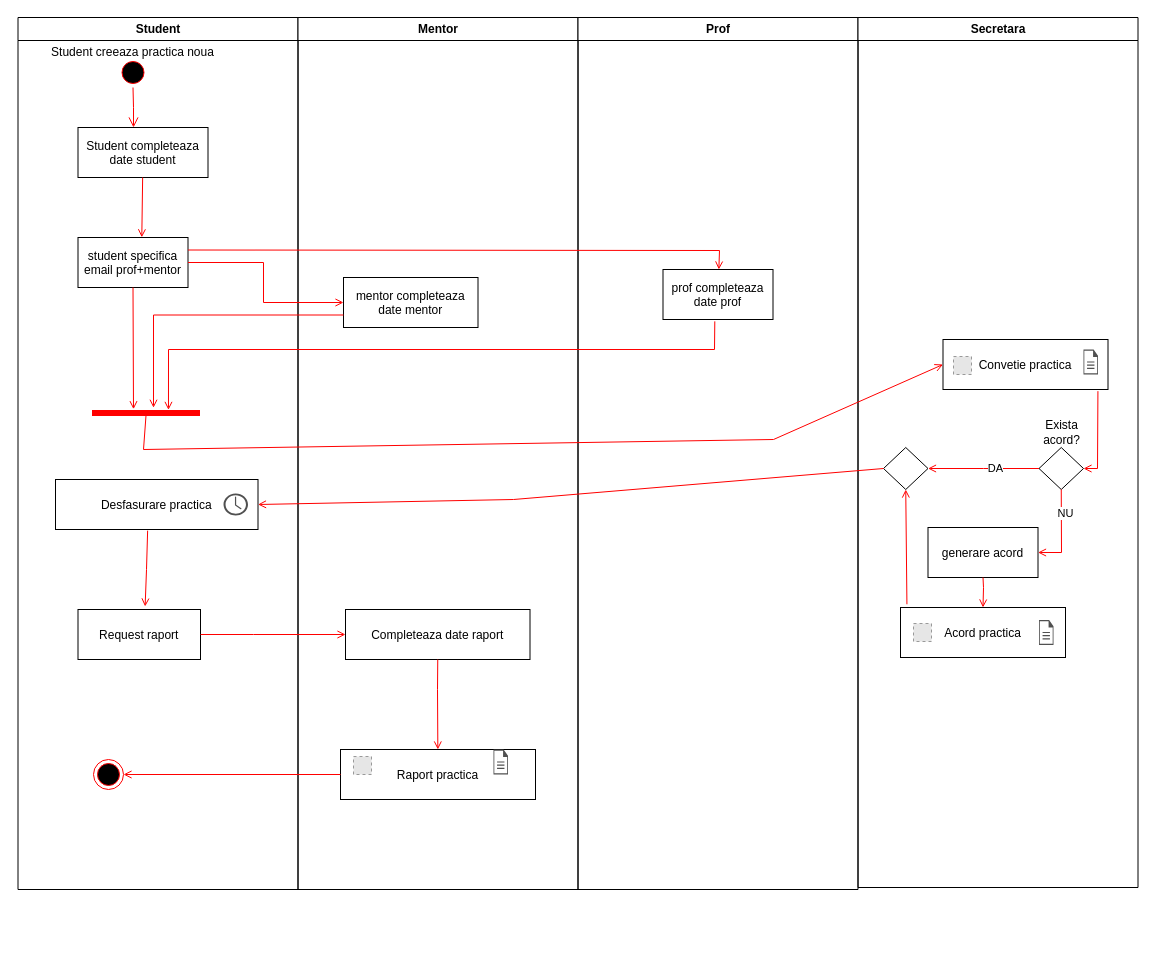
Earlier version of the draw.io diagram document_meta/document_flow.drawio (Tuddy18/PraxisReport-DocumentManagement). Source tidied: cells renumbered, new cells numbered last; positions are measured from the earlier drawing's top-left corner, leaving out a move shared by most shapes. Both pictures are drawn from the tidied source at 100%, with x=0, y=0 at pixel (17, 17). Pictures stored in the file or linked from it are replaced by grey dashed boxes.
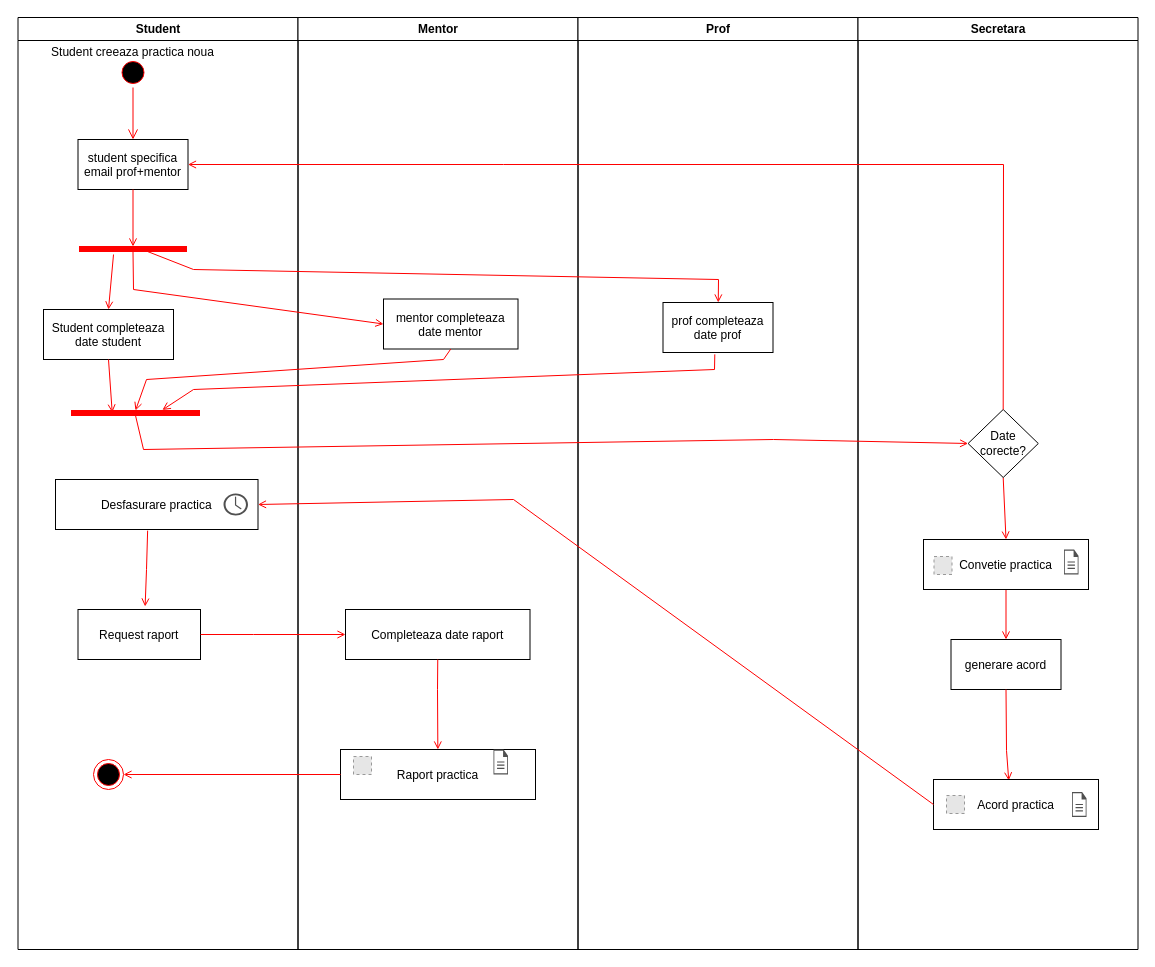
After the change.

Unchanged cells that the change refers to:
```xml
<mxCell id="3" value="Student creeaza practica noua&#10;&#10;&#10;" style="ellipse;shape=startState;fillColor=#000000;strokeColor=#ff0000;" parent="2" vertex="1">
  <mxGeometry x="100" y="40" width="30" height="30" as="geometry" />
</mxCell>
<mxCell id="10" value="Desfasurare practica" parent="2" vertex="1">
  <mxGeometry x="37.5" y="462" width="202.5" height="50" as="geometry" />
</mxCell>
<mxCell id="32" value="Convetie practica" parent="31" vertex="1">
  <mxGeometry width="165" height="50" as="geometry" />
</mxCell>
<mxCell id="40" value="Acord practica" parent="39" vertex="1">
  <mxGeometry width="165" height="50" as="geometry" />
</mxCell>
```

Change to the diagram source:
```diff
@@
     <mxCell id="2" value="Student" style="swimlane;whiteSpace=wrap;" parent="1" vertex="1">
-      <mxGeometry x="0.5" width="280" height="872" as="geometry" />
+      <mxGeometry x="0.5" width="280" height="932" as="geometry" />
     </mxCell>
@@
-    <mxCell id="4" style="edgeStyle=elbowEdgeStyle;elbow=horizontal;verticalAlign=bottom;endArrow=open;endSize=8;strokeColor=#FF0000;endFill=1;rounded=0;" parent="2" edge="1" source="3" target="5">
-      <mxGeometry x="100" y="40" as="geometry" />
+    <mxCell id="4" style="edgeStyle=elbowEdgeStyle;elbow=horizontal;verticalAlign=bottom;endArrow=open;endSize=8;strokeColor=#FF0000;endFill=1;rounded=0;exitX=0.5;exitY=1;exitDx=0;exitDy=0;entryX=0.5;entryY=0;entryDx=0;entryDy=0;" parent="2" edge="1" source="3" target="6">
+      <mxGeometry x="100" y="40" as="geometry">
+        <Array as="points">
+          <mxPoint x="115" y="122" />
+        </Array>
+      </mxGeometry>
     </mxCell>
     <mxCell id="5" value="Student completeaza&#10;date student" parent="2" vertex="1">
-      <mxGeometry x="60" y="110" width="130" height="50" as="geometry" />
+      <mxGeometry x="25.5" y="292" width="130" height="50" as="geometry" />
     </mxCell>
     <mxCell id="6" value="student specifica &#10;email prof+mentor" parent="2" vertex="1">
-      <mxGeometry x="60" y="220" width="110" height="50" as="geometry" />
+      <mxGeometry x="60" y="122" width="110" height="50" as="geometry" />
     </mxCell>
-    <mxCell id="7" style="endArrow=open;strokeColor=#FF0000;endFill=1;rounded=0;entryX=0.58;entryY=-0.003;entryDx=0;entryDy=0;entryPerimeter=0;" parent="2" edge="1" source="5" target="6">
-      <mxGeometry relative="1" as="geometry" />
-    </mxCell>
     <mxCell id="8" style="whiteSpace=wrap;strokeColor=#FF0000;fillColor=#FF0000;rotation=90;" parent="2" vertex="1">
-      <mxGeometry x="125.5" y="342" width="5" height="107" as="geometry" />
+      <mxGeometry x="115" y="331.5" width="5" height="128" as="geometry" />
     </mxCell>
-    <mxCell id="9" style="edgeStyle=elbowEdgeStyle;elbow=horizontal;strokeColor=#FF0000;endArrow=open;endFill=1;rounded=0;exitX=0.5;exitY=1;exitDx=0;exitDy=0;entryX=-0.257;entryY=0.62;entryDx=0;entryDy=0;entryPerimeter=0;" parent="2" edge="1" source="6" target="8">
-      <mxGeometry relative="1" as="geometry">
-        <Array as="points">
-          <mxPoint x="115.5" y="322" />
-          <mxPoint x="128.5" y="342" />
-          <mxPoint x="115.5" y="312" />
-          <mxPoint x="485" y="410" />
-        </Array>
-      </mxGeometry>
-    </mxCell>
@@
+    <mxCell id="51" style="whiteSpace=wrap;strokeColor=#FF0000;fillColor=#FF0000;rotation=90;" parent="2" vertex="1">
+      <mxGeometry x="112.5" y="178" width="5" height="107" as="geometry" />
+    </mxCell>
+    <mxCell id="52" style="endArrow=open;strokeColor=#FF0000;endFill=1;rounded=0;exitX=0.5;exitY=1;exitDx=0;exitDy=0;entryX=0;entryY=0.5;entryDx=0;entryDy=0;" parent="2" edge="1" source="6" target="51">
+      <mxGeometry relative="1" as="geometry" />
+    </mxCell>
+    <mxCell id="53" style="endArrow=open;strokeColor=#FF0000;endFill=1;rounded=0;entryX=0.5;entryY=0;entryDx=0;entryDy=0;exitX=1.6;exitY=0.682;exitDx=0;exitDy=0;exitPerimeter=0;" parent="2" edge="1" source="51" target="5">
+      <mxGeometry relative="1" as="geometry" />
+    </mxCell>
+    <mxCell id="54" style="endArrow=open;strokeColor=#FF0000;endFill=1;rounded=0;exitX=0.5;exitY=1;exitDx=0;exitDy=0;entryX=0.4;entryY=0.682;entryDx=0;entryDy=0;entryPerimeter=0;" parent="2" edge="1" source="5" target="8">
+      <mxGeometry relative="1" as="geometry" />
+    </mxCell>
     <mxCell id="15" value="Mentor" style="swimlane;whiteSpace=wrap;" parent="1" vertex="1">
-      <mxGeometry x="280.5" width="280" height="872" as="geometry" />
+      <mxGeometry x="280.5" width="280" height="932" as="geometry" />
     </mxCell>
     <mxCell id="16" value="mentor completeaza&#10;date mentor" parent="15" vertex="1">
-      <mxGeometry x="45.5" y="260" width="134.5" height="50" as="geometry" />
+      <mxGeometry x="85.5" y="281.5" width="134.5" height="50" as="geometry" />
     </mxCell>
@@
     <mxCell id="22" value="Prof" style="swimlane;whiteSpace=wrap;" parent="1" vertex="1">
-      <mxGeometry x="560.5" width="280" height="872" as="geometry" />
+      <mxGeometry x="560.5" width="280" height="932" as="geometry" />
     </mxCell>
     <mxCell id="23" value="prof completeaza&#10;date prof" parent="22" vertex="1">
-      <mxGeometry x="85" y="252" width="110" height="50" as="geometry" />
+      <mxGeometry x="85" y="285" width="110" height="50" as="geometry" />
     </mxCell>
     <mxCell id="24" value="Secretara" style="swimlane;whiteSpace=wrap;" parent="1" vertex="1">
-      <mxGeometry x="840.5" width="280" height="870" as="geometry" />
+      <mxGeometry x="840.5" width="280" height="932" as="geometry" />
     </mxCell>
-    <mxCell id="25" value="Exista acord?&lt;br&gt;&lt;br&gt;&lt;br&gt;&lt;br&gt;&lt;br&gt;&lt;br&gt;" style="rhombus;whiteSpace=wrap;html=1;" parent="24" vertex="1">
-      <mxGeometry x="181" y="430" width="44.5" height="42" as="geometry" />
-    </mxCell>
+    <mxCell id="27" value="generare acord" parent="24" vertex="1">
+      <mxGeometry x="93" y="622" width="110" height="50" as="geometry" />
+    </mxCell>
-    <mxCell id="26" style="endArrow=open;strokeColor=#FF0000;endFill=1;rounded=0;entryX=1;entryY=0.5;entryDx=0;entryDy=0;exitX=0.939;exitY=1.033;exitDx=0;exitDy=0;exitPerimeter=0;" parent="24" edge="1" source="32" target="25">
-      <mxGeometry relative="1" as="geometry">
-        <Array as="points">
-          <mxPoint x="239.5" y="451" />
-        </Array>
-      </mxGeometry>
+    <mxCell id="26" style="endArrow=open;strokeColor=#FF0000;endFill=1;rounded=0;entryX=0.5;entryY=0;entryDx=0;entryDy=0;exitX=0.5;exitY=1;exitDx=0;exitDy=0;" parent="24" edge="1" source="32" target="27">
+      <mxGeometry relative="1" as="geometry" />
     </mxCell>
-    <mxCell id="27" value="generare acord" parent="24" vertex="1">
-      <mxGeometry x="70" y="510" width="110" height="50" as="geometry" />
-    </mxCell>
-    <mxCell id="28" style="rhombus;whiteSpace=wrap;html=1;" parent="24" vertex="1">
-      <mxGeometry x="25.5" y="430" width="44.5" height="42" as="geometry" />
-    </mxCell>
-    <mxCell id="29" style="endArrow=open;strokeColor=#FF0000;endFill=1;rounded=0;entryX=1;entryY=0.5;entryDx=0;entryDy=0;exitX=0.5;exitY=1;exitDx=0;exitDy=0;" parent="24" edge="1" source="25" target="27">
-      <mxGeometry relative="1" as="geometry">
-        <Array as="points">
-          <mxPoint x="203.5" y="535" />
-        </Array>
-      </mxGeometry>
-    </mxCell>
-    <mxCell id="30" value="NU" style="edgeLabel;html=1;align=center;verticalAlign=middle;" parent="29" vertex="1">
-      <mxGeometry x="-0.45" y="4" relative="1" as="geometry" />
-    </mxCell>
     <mxCell id="31" style="group;" parent="24" vertex="1">
-      <mxGeometry x="85" y="322" width="165" height="50" as="geometry" />
+      <mxGeometry x="65.5" y="522" width="165" height="50" as="geometry" />
     </mxCell>
@@
+    <mxCell id="55" style="endArrow=open;strokeColor=#FF0000;endFill=1;rounded=0;entryX=0.5;entryY=0;entryDx=0;entryDy=0;exitX=0.5;exitY=1;exitDx=0;exitDy=0;" parent="24" edge="1" source="56" target="32">
+      <mxGeometry relative="1" as="geometry" />
+    </mxCell>
+    <mxCell id="56" value="Date corecte?" style="rhombus;whiteSpace=wrap;html=1;" parent="24" vertex="1">
+      <mxGeometry x="110.1" y="392" width="70.2" height="68" as="geometry" />
+    </mxCell>
-    <mxCell id="35" style="endArrow=open;strokeColor=#FF0000;endFill=1;rounded=0;entryX=0.5;entryY=0;entryDx=0;entryDy=0;exitX=0.5;exitY=1;exitDx=0;exitDy=0;" parent="24" edge="1" source="27" target="40">
+    <mxCell id="35" style="endArrow=open;strokeColor=#FF0000;endFill=1;rounded=0;entryX=0.456;entryY=0.02;entryDx=0;entryDy=0;exitX=0.5;exitY=1;exitDx=0;exitDy=0;entryPerimeter=0;" parent="24" edge="1" source="27" target="40">
       <mxGeometry relative="1" as="geometry">
         <Array as="points">
-          <mxPoint x="125.5" y="570" />
+          <mxPoint x="148.5" y="733" />
         </Array>
       </mxGeometry>
     </mxCell>
-    <mxCell id="36" style="endArrow=open;strokeColor=#FF0000;endFill=1;rounded=0;entryX=0.5;entryY=1;entryDx=0;entryDy=0;exitX=0.039;exitY=-0.065;exitDx=0;exitDy=0;exitPerimeter=0;" parent="24" edge="1" source="40" target="28">
-      <mxGeometry relative="1" as="geometry" />
-    </mxCell>
-    <mxCell id="37" style="endArrow=open;strokeColor=#FF0000;endFill=1;rounded=0;entryX=1;entryY=0.5;entryDx=0;entryDy=0;exitX=0;exitY=0.5;exitDx=0;exitDy=0;" parent="24" edge="1" source="25" target="28">
-      <mxGeometry relative="1" as="geometry">
-        <Array as="points">
-          <mxPoint x="125.5" y="451" />
-        </Array>
-      </mxGeometry>
-    </mxCell>
-    <mxCell id="38" value="DA" style="edgeLabel;html=1;align=center;verticalAlign=middle;" parent="37" vertex="1">
-      <mxGeometry x="-0.21" y="-1" relative="1" as="geometry" />
-    </mxCell>
     <mxCell id="39" style="group;" parent="24" vertex="1">
-      <mxGeometry x="42.5" y="590" width="165" height="50" as="geometry" />
+      <mxGeometry x="75.5" y="762" width="165" height="50" as="geometry" />
     </mxCell>
@@
-    <mxCell id="43" style="endArrow=open;strokeColor=#FF0000;endFill=1;rounded=0;entryX=0;entryY=0.5;entryDx=0;entryDy=0;" parent="1" edge="1" source="6" target="16">
-      <mxGeometry relative="1" as="geometry">
-        <Array as="points">
-          <mxPoint x="246" y="245" />
-          <mxPoint x="246" y="285" />
-        </Array>
-      </mxGeometry>
-    </mxCell>
-    <mxCell id="44" style="edgeStyle=none;strokeColor=#FF0000;endArrow=open;endFill=1;rounded=0;exitX=1;exitY=0.25;exitDx=0;exitDy=0;" parent="1" edge="1" source="6" target="23">
+    <mxCell id="44" style="edgeStyle=none;strokeColor=#FF0000;endArrow=open;endFill=1;rounded=0;exitX=0.8;exitY=0.388;exitDx=0;exitDy=0;exitPerimeter=0;" parent="1" edge="1" source="51" target="23">
       <mxGeometry relative="1" as="geometry">
         <Array as="points">
-          <mxPoint x="702" y="233" />
+          <mxPoint x="176" y="252" />
+          <mxPoint x="701" y="262" />
         </Array>
       </mxGeometry>
     </mxCell>
-    <mxCell id="45" style="edgeStyle=elbowEdgeStyle;elbow=horizontal;strokeColor=#FF0000;endArrow=open;endFill=1;rounded=0;exitX=0;exitY=0.75;exitDx=0;exitDy=0;entryX=-0.543;entryY=0.437;entryDx=0;entryDy=0;entryPerimeter=0;" parent="1" edge="1" source="16" target="8">
-      <mxGeometry relative="1" as="geometry">
-        <Array as="points">
-          <mxPoint x="136" y="332" />
-          <mxPoint x="126" y="332" />
-          <mxPoint x="139" y="352" />
-          <mxPoint x="126" y="322" />
-          <mxPoint x="495.5" y="420" />
-        </Array>
-      </mxGeometry>
-    </mxCell>
     <mxCell id="46" style="endArrow=open;strokeColor=#FF0000;endFill=1;rounded=0;entryX=-0.114;entryY=0.29;entryDx=0;entryDy=0;exitX=0.471;exitY=1.037;exitDx=0;exitDy=0;exitPerimeter=0;entryPerimeter=0;" parent="1" edge="1" source="23" target="8">
       <mxGeometry relative="1" as="geometry">
         <Array as="points">
-          <mxPoint x="697" y="332" />
-          <mxPoint x="151" y="332" />
+          <mxPoint x="697" y="352" />
+          <mxPoint x="176" y="372" />
         </Array>
       </mxGeometry>
     </mxCell>
-    <mxCell id="47" style="endArrow=open;strokeColor=#FF0000;endFill=1;rounded=0;entryX=0;entryY=0.5;entryDx=0;entryDy=0;exitX=1;exitY=0.5;exitDx=0;exitDy=0;" parent="1" edge="1" source="8" target="32">
+    <mxCell id="47" style="endArrow=open;strokeColor=#FF0000;endFill=1;rounded=0;entryX=0;entryY=0.5;entryDx=0;entryDy=0;exitX=1;exitY=0.5;exitDx=0;exitDy=0;" parent="1" edge="1" source="8" target="56">
       <mxGeometry relative="1" as="geometry">
         <Array as="points">
           <mxPoint x="126" y="432" />
           <mxPoint x="756" y="422" />
         </Array>
       </mxGeometry>
     </mxCell>
-    <mxCell id="48" style="endArrow=open;strokeColor=#FF0000;endFill=1;rounded=0;exitX=0;exitY=0.5;exitDx=0;exitDy=0;entryX=1;entryY=0.5;entryDx=0;entryDy=0;" parent="1" edge="1" source="28" target="10">
+    <mxCell id="48" style="endArrow=open;strokeColor=#FF0000;endFill=1;rounded=0;exitX=0;exitY=0.5;exitDx=0;exitDy=0;entryX=1;entryY=0.5;entryDx=0;entryDy=0;" parent="1" edge="1" source="40" target="10">
       <mxGeometry relative="1" as="geometry">
         <Array as="points">
           <mxPoint x="496" y="482" />
         </Array>
       </mxGeometry>
     </mxCell>
@@
+    <mxCell id="43" style="endArrow=open;strokeColor=#FF0000;endFill=1;rounded=0;entryX=0;entryY=0.5;entryDx=0;entryDy=0;exitX=1;exitY=0.5;exitDx=0;exitDy=0;" parent="1" edge="1" source="51" target="16">
+      <mxGeometry relative="1" as="geometry">
+        <Array as="points">
+          <mxPoint x="116" y="272" />
+        </Array>
+      </mxGeometry>
+    </mxCell>
+    <mxCell id="45" style="endArrow=open;strokeColor=#FF0000;endFill=1;rounded=0;entryX=0;entryY=0.5;entryDx=0;entryDy=0;exitX=0.5;exitY=1;exitDx=0;exitDy=0;" parent="1" edge="1" source="16" target="8">
+      <mxGeometry relative="1" as="geometry">
+        <Array as="points">
+          <mxPoint x="426" y="342" />
+          <mxPoint x="129" y="362" />
+        </Array>
+      </mxGeometry>
+    </mxCell>
+    <mxCell id="57" style="endArrow=open;strokeColor=#FF0000;endFill=1;rounded=0;entryX=1;entryY=0.5;entryDx=0;entryDy=0;exitX=0.5;exitY=0;exitDx=0;exitDy=0;" parent="1" edge="1" source="56" target="6">
+      <mxGeometry relative="1" as="geometry">
+        <Array as="points">
+          <mxPoint x="986" y="147" />
+          <mxPoint x="486" y="147" />
+        </Array>
+      </mxGeometry>
+    </mxCell>
```
